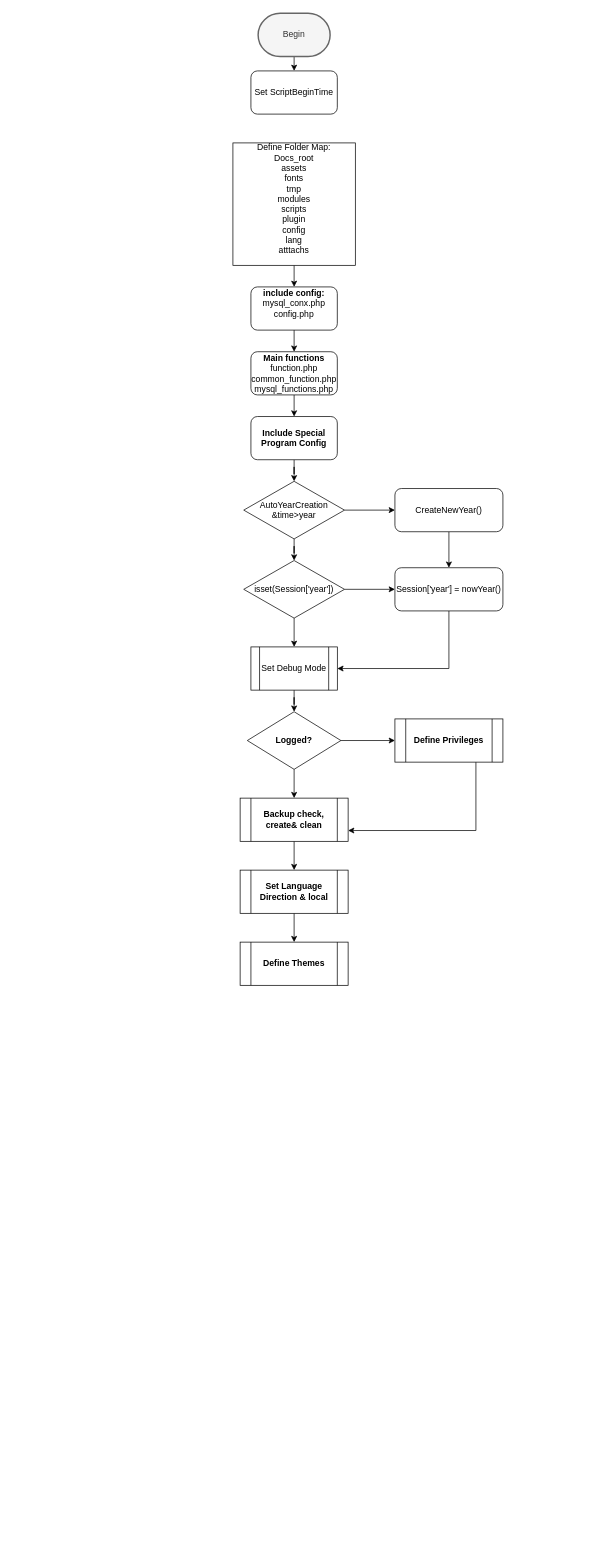
drpcwmt/csms keeps this draw.io diagram as Untitled Diagram.drawio. Above is the earlier version. Source tidied: cells renumbered, new cells numbered last; positions are measured from the earlier drawing's top-left corner, leaving out a move shared by most shapes. Both pictures are drawn from the tidied source at 72%, with x=0, y=0 at pixel (233, 13).
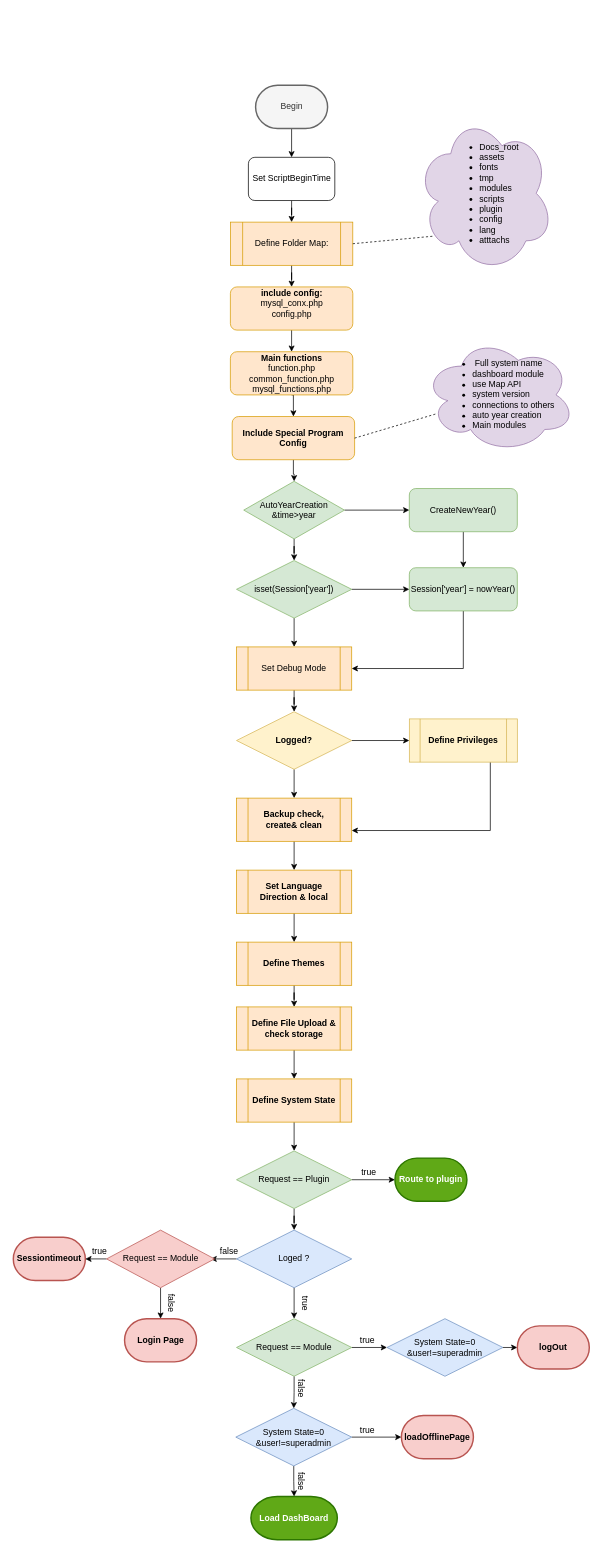
Above is the later version.

What changed in the source:
```diff
@@
     <mxCell id="3" value="Begin&lt;br&gt;" style="strokeWidth=2;html=1;shape=mxgraph.flowchart.terminator;whiteSpace=wrap;fillColor=#f5f5f5;strokeColor=#666666;fontColor=#333333;" parent="1" vertex="1">
-      <mxGeometry x="35" width="100" height="60" as="geometry" />
+      <mxGeometry x="31.5" y="100" width="100" height="60" as="geometry" />
     </mxCell>
+    <mxCell id="35" style="edgeStyle=orthogonalEdgeStyle;rounded=0;jettySize=auto;html=1;" parent="1" edge="1" source="4" target="45">
+      <mxGeometry relative="1" as="geometry" />
+    </mxCell>
     <mxCell id="4" value="Set ScriptBeginTime" style="rounded=1;whiteSpace=wrap;html=1;" parent="1" vertex="1">
-      <mxGeometry x="25" y="80" width="120" height="60" as="geometry" />
+      <mxGeometry x="21.5" y="200" width="120" height="60" as="geometry" />
     </mxCell>
-    <mxCell id="5" style="edgeStyle=orthogonalEdgeStyle;rounded=0;jettySize=auto;html=1;exitX=0.5;exitY=1;exitDx=0;exitDy=0;entryX=0.5;entryY=0;entryDx=0;entryDy=0;" parent="1" edge="1" source="6">
-      <mxGeometry relative="1" as="geometry">
-        <mxPoint x="85" y="380" as="targetPoint" />
-      </mxGeometry>
-    </mxCell>
-    <mxCell id="6" value="Define Folder Map:&lt;br&gt;Docs_root&lt;br&gt;assets&lt;br&gt;fonts&lt;br&gt;tmp&lt;br&gt;modules&lt;br&gt;scripts&lt;br&gt;plugin&lt;br&gt;config&lt;br&gt;lang&lt;br&gt;atttachs&lt;br&gt;&lt;br&gt;" style="whiteSpace=wrap;html=1;" parent="1" vertex="1">
-      <mxGeometry y="180" width="170" height="170" as="geometry" />
-    </mxCell>
@@
-    <mxCell id="8" value="&lt;b&gt;include config:&lt;/b&gt; mysql_conx.php&lt;br&gt;config.php&lt;br&gt;&lt;br&gt;" style="rounded=1;whiteSpace=wrap;html=1;" parent="1" vertex="1">
-      <mxGeometry x="25" y="380" width="120" height="60" as="geometry" />
+    <mxCell id="8" value="&lt;b&gt;include config:&lt;/b&gt; mysql_conx.php&lt;br&gt;config.php&lt;br&gt;&lt;br&gt;" style="rounded=1;whiteSpace=wrap;html=1;fillColor=#ffe6cc;strokeColor=#d79b00;" parent="1" vertex="1">
+      <mxGeometry x="-3.5" y="380" width="170" height="60" as="geometry" />
     </mxCell>
@@
-    <mxCell id="10" value="&lt;b&gt;Main functions&lt;/b&gt;&lt;br&gt;function.php&lt;br&gt;common_function.php&lt;br&gt;mysql_functions.php&lt;br&gt;" style="rounded=1;whiteSpace=wrap;html=1;" parent="1" vertex="1">
-      <mxGeometry x="25" y="470" width="120" height="60" as="geometry" />
+    <mxCell id="10" value="&lt;b&gt;Main functions&lt;/b&gt;&lt;br&gt;function.php&lt;br&gt;common_function.php&lt;br&gt;mysql_functions.php&lt;br&gt;" style="rounded=1;whiteSpace=wrap;html=1;fillColor=#ffe6cc;strokeColor=#d79b00;" parent="1" vertex="1">
+      <mxGeometry x="-3.5" y="470" width="170" height="60" as="geometry" />
     </mxCell>
@@
-    <mxCell id="12" value="&lt;b&gt;Include Special Program Config&lt;/b&gt;" style="rounded=1;whiteSpace=wrap;html=1;" parent="1" vertex="1">
-      <mxGeometry x="25" y="560" width="120" height="60" as="geometry" />
+    <mxCell id="12" value="&lt;b&gt;Include Special Program Config&lt;/b&gt;" style="rounded=1;whiteSpace=wrap;html=1;fillColor=#ffe6cc;strokeColor=#d79b00;" parent="1" vertex="1">
+      <mxGeometry x="-1" y="560" width="170" height="60" as="geometry" />
     </mxCell>
@@
-    <mxCell id="15" value="isset(Session['year'])&lt;br&gt;" style="rhombus;whiteSpace=wrap;html=1;" parent="1" vertex="1">
-      <mxGeometry x="15" y="760" width="140" height="80" as="geometry" />
+    <mxCell id="15" value="isset(Session['year'])&lt;br&gt;" style="rhombus;whiteSpace=wrap;html=1;fillColor=#d5e8d4;strokeColor=#82b366;" parent="1" vertex="1">
+      <mxGeometry x="5" y="760" width="160" height="80" as="geometry" />
     </mxCell>
@@
-    <mxCell id="17" value="Session['year'] = nowYear()" style="rounded=1;whiteSpace=wrap;html=1;" parent="1" vertex="1">
-      <mxGeometry x="225" y="770" width="150" height="60" as="geometry" />
+    <mxCell id="17" value="Session['year'] = nowYear()" style="rounded=1;whiteSpace=wrap;html=1;fillColor=#d5e8d4;strokeColor=#82b366;" parent="1" vertex="1">
+      <mxGeometry x="245" y="770" width="150" height="60" as="geometry" />
     </mxCell>
@@
-    <mxCell id="20" value="AutoYearCreation&lt;br&gt;&amp;amp;time&amp;gt;year&lt;br&gt;" style="rhombus;whiteSpace=wrap;html=1;" parent="1" vertex="1">
+    <mxCell id="20" value="AutoYearCreation&lt;br&gt;&amp;amp;time&amp;gt;year&lt;br&gt;" style="rhombus;whiteSpace=wrap;html=1;fillColor=#d5e8d4;strokeColor=#82b366;" parent="1" vertex="1">
       <mxGeometry x="15" y="650" width="140" height="80" as="geometry" />
     </mxCell>
@@
-    <mxCell id="22" value="CreateNewYear()" style="rounded=1;whiteSpace=wrap;html=1;" parent="1" vertex="1">
-      <mxGeometry x="225" y="660" width="150" height="60" as="geometry" />
+    <mxCell id="22" value="CreateNewYear()" style="rounded=1;whiteSpace=wrap;html=1;fillColor=#d5e8d4;strokeColor=#82b366;" parent="1" vertex="1">
+      <mxGeometry x="245" y="660" width="150" height="60" as="geometry" />
     </mxCell>
@@
-    <mxCell id="24" value="Set Debug Mode" style="shape=process;whiteSpace=wrap;html=1;backgroundOutline=1;" parent="1" vertex="1">
-      <mxGeometry x="25" y="880" width="120" height="60" as="geometry" />
+    <mxCell id="24" value="Set Debug Mode" style="shape=process;whiteSpace=wrap;html=1;backgroundOutline=1;fillColor=#ffe6cc;strokeColor=#d79b00;" parent="1" vertex="1">
+      <mxGeometry x="5" y="880" width="160" height="60" as="geometry" />
     </mxCell>
@@
-    <mxCell id="27" value="&lt;b&gt;Logged?&lt;/b&gt;" style="rhombus;whiteSpace=wrap;html=1;" parent="1" vertex="1">
-      <mxGeometry x="20" y="970" width="130" height="80" as="geometry" />
+    <mxCell id="27" value="&lt;b&gt;Logged?&lt;/b&gt;" style="rhombus;whiteSpace=wrap;html=1;fillColor=#fff2cc;strokeColor=#d6b656;" parent="1" vertex="1">
+      <mxGeometry x="5" y="970" width="160" height="80" as="geometry" />
     </mxCell>
@@
-    <mxCell id="29" value="&lt;b&gt;Define Privileges&lt;/b&gt;" style="shape=process;whiteSpace=wrap;html=1;backgroundOutline=1;" parent="1" vertex="1">
-      <mxGeometry x="225" y="980" width="150" height="60" as="geometry" />
+    <mxCell id="29" value="&lt;b&gt;Define Privileges&lt;/b&gt;" style="shape=process;whiteSpace=wrap;html=1;backgroundOutline=1;fillColor=#fff2cc;strokeColor=#d6b656;" parent="1" vertex="1">
+      <mxGeometry x="245" y="980" width="150" height="60" as="geometry" />
     </mxCell>
@@
-    <mxCell id="31" value="&lt;b&gt;Backup check, create&amp;amp; clean&lt;br&gt;&lt;/b&gt;" style="shape=process;whiteSpace=wrap;html=1;backgroundOutline=1;" parent="1" vertex="1">
-      <mxGeometry x="10" y="1090" width="150" height="60" as="geometry" />
+    <mxCell id="31" value="&lt;b&gt;Backup check, create&amp;amp; clean&lt;br&gt;&lt;/b&gt;" style="shape=process;whiteSpace=wrap;html=1;backgroundOutline=1;fillColor=#ffe6cc;strokeColor=#d79b00;" parent="1" vertex="1">
+      <mxGeometry x="5" y="1090" width="160" height="60" as="geometry" />
     </mxCell>
@@
-    <mxCell id="33" value="&lt;b&gt;Set Language Direction &amp;amp; local&lt;br&gt;&lt;/b&gt;" style="shape=process;whiteSpace=wrap;html=1;backgroundOutline=1;" parent="1" vertex="1">
-      <mxGeometry x="10" y="1190" width="150" height="60" as="geometry" />
+    <mxCell id="33" value="&lt;b&gt;Set Language Direction &amp;amp; local&lt;br&gt;&lt;/b&gt;" style="shape=process;whiteSpace=wrap;html=1;backgroundOutline=1;fillColor=#ffe6cc;strokeColor=#d79b00;" parent="1" vertex="1">
+      <mxGeometry x="5" y="1190" width="160" height="60" as="geometry" />
     </mxCell>
+    <mxCell id="36" style="edgeStyle=orthogonalEdgeStyle;rounded=0;jettySize=auto;html=1;" parent="1" edge="1" source="34" target="38">
+      <mxGeometry relative="1" as="geometry" />
+    </mxCell>
-    <mxCell id="34" value="&lt;b&gt;Define Themes&lt;br&gt;&lt;/b&gt;" style="shape=process;whiteSpace=wrap;html=1;backgroundOutline=1;" parent="1" vertex="1">
-      <mxGeometry x="10" y="1290" width="150" height="60" as="geometry" />
+    <mxCell id="34" value="&lt;b&gt;Define Themes&lt;br&gt;&lt;/b&gt;" style="shape=process;whiteSpace=wrap;html=1;backgroundOutline=1;fillColor=#ffe6cc;strokeColor=#d79b00;" parent="1" vertex="1">
+      <mxGeometry x="5" y="1290" width="160" height="60" as="geometry" />
     </mxCell>
+    <mxCell id="37" style="edgeStyle=orthogonalEdgeStyle;rounded=0;jettySize=auto;html=1;" parent="1" edge="1" source="38" target="40">
+      <mxGeometry relative="1" as="geometry" />
+    </mxCell>
+    <mxCell id="38" value="&lt;b&gt;Define File Upload &amp;amp; check storage&lt;br&gt;&lt;/b&gt;" style="shape=process;whiteSpace=wrap;html=1;backgroundOutline=1;fillColor=#ffe6cc;strokeColor=#d79b00;" parent="1" vertex="1">
+      <mxGeometry x="5" y="1380" width="160" height="60" as="geometry" />
+    </mxCell>
+    <mxCell id="39" style="edgeStyle=orthogonalEdgeStyle;rounded=0;jettySize=auto;html=1;exitX=0.5;exitY=1;exitDx=0;exitDy=0;entryX=0.5;entryY=0;entryDx=0;entryDy=0;" parent="1" edge="1" source="40" target="49">
+      <mxGeometry relative="1" as="geometry" />
+    </mxCell>
+    <mxCell id="40" value="&lt;b&gt;Define System State&lt;br&gt;&lt;/b&gt;" style="shape=process;whiteSpace=wrap;html=1;backgroundOutline=1;fillColor=#ffe6cc;strokeColor=#d79b00;" parent="1" vertex="1">
+      <mxGeometry x="5" y="1480" width="160" height="60" as="geometry" />
+    </mxCell>
+    <mxCell id="41" value="&lt;ul&gt;&lt;li style=&quot;text-align: left&quot;&gt;&amp;nbsp;Full system name&lt;/li&gt;&lt;li style=&quot;text-align: left&quot;&gt;dashboard module&lt;/li&gt;&lt;li style=&quot;text-align: left&quot;&gt;use Map API&lt;/li&gt;&lt;li style=&quot;text-align: left&quot;&gt;system version&lt;/li&gt;&lt;li style=&quot;text-align: left&quot;&gt;connections to others&lt;/li&gt;&lt;li style=&quot;text-align: left&quot;&gt;auto year creation&lt;/li&gt;&lt;li style=&quot;text-align: left&quot;&gt;Main modules&lt;/li&gt;&lt;/ul&gt;" style="ellipse;shape=cloud;whiteSpace=wrap;html=1;fillColor=#e1d5e7;strokeColor=#9673a6;" parent="1" vertex="1">
+      <mxGeometry x="265" y="450" width="210" height="160" as="geometry" />
+    </mxCell>
+    <mxCell id="42" style="endArrow=none;dashed=1;html=1;entryX=0.086;entryY=0.663;entryDx=0;entryDy=0;entryPerimeter=0;exitX=1;exitY=0.5;exitDx=0;exitDy=0;" parent="1" edge="1" source="12" target="41">
+      <mxGeometry relative="1" as="geometry" />
+    </mxCell>
+    <mxCell id="43" value="&lt;ul&gt;&lt;li style=&quot;text-align: left&quot;&gt;&lt;span&gt;Docs_root&lt;/span&gt;&lt;/li&gt;&lt;li style=&quot;text-align: left&quot;&gt;&lt;span&gt;assets&lt;/span&gt;&lt;/li&gt;&lt;li style=&quot;text-align: left&quot;&gt;&lt;span&gt;fonts&lt;/span&gt;&lt;/li&gt;&lt;li style=&quot;text-align: left&quot;&gt;&lt;span&gt;tmp&lt;/span&gt;&lt;/li&gt;&lt;li style=&quot;text-align: left&quot;&gt;&lt;span&gt;modules&lt;/span&gt;&lt;/li&gt;&lt;li style=&quot;text-align: left&quot;&gt;&lt;span&gt;scripts&lt;/span&gt;&lt;/li&gt;&lt;li style=&quot;text-align: left&quot;&gt;&lt;span&gt;plugin&lt;/span&gt;&lt;/li&gt;&lt;li style=&quot;text-align: left&quot;&gt;&lt;span&gt;config&lt;/span&gt;&lt;/li&gt;&lt;li style=&quot;text-align: left&quot;&gt;&lt;span&gt;lang&lt;/span&gt;&lt;/li&gt;&lt;li style=&quot;text-align: left&quot;&gt;&lt;span&gt;atttachs&lt;/span&gt;&lt;/li&gt;&lt;/ul&gt;" style="ellipse;shape=cloud;whiteSpace=wrap;html=1;fillColor=#e1d5e7;strokeColor=#9673a6;" parent="1" vertex="1">
+      <mxGeometry x="255" y="140" width="190" height="220" as="geometry" />
+    </mxCell>
+    <mxCell id="44" style="edgeStyle=orthogonalEdgeStyle;rounded=0;jettySize=auto;html=1;" parent="1" edge="1" source="45" target="8">
+      <mxGeometry relative="1" as="geometry" />
+    </mxCell>
+    <mxCell id="45" value="&lt;span&gt;Define Folder Map:&lt;/span&gt;&lt;br&gt;" style="shape=process;whiteSpace=wrap;html=1;backgroundOutline=1;fillColor=#ffe6cc;strokeColor=#d79b00;" parent="1" vertex="1">
+      <mxGeometry x="-3.5" y="290" width="170" height="60" as="geometry" />
+    </mxCell>
+    <mxCell id="46" style="endArrow=none;dashed=1;html=1;exitX=1;exitY=0.5;exitDx=0;exitDy=0;entryX=0.13;entryY=0.77;entryDx=0;entryDy=0;entryPerimeter=0;" parent="1" edge="1" source="45" target="43">
+      <mxGeometry relative="1" as="geometry" />
+    </mxCell>
+    <mxCell id="47" style="edgeStyle=orthogonalEdgeStyle;rounded=0;jettySize=auto;html=1;exitX=1;exitY=0.5;exitDx=0;exitDy=0;entryX=0;entryY=0.5;entryDx=0;entryDy=0;entryPerimeter=0;" parent="1" edge="1" source="49" target="58">
+      <mxGeometry relative="1" as="geometry" />
+    </mxCell>
+    <mxCell id="48" style="edgeStyle=orthogonalEdgeStyle;rounded=0;jettySize=auto;html=1;" parent="1" edge="1" source="49" target="52">
+      <mxGeometry relative="1" as="geometry" />
+    </mxCell>
+    <mxCell id="49" value="Request == Plugin" style="rhombus;whiteSpace=wrap;html=1;fillColor=#d5e8d4;strokeColor=#82b366;" parent="1" vertex="1">
+      <mxGeometry x="5" y="1580" width="160" height="80" as="geometry" />
+    </mxCell>
+    <mxCell id="50" style="edgeStyle=orthogonalEdgeStyle;rounded=0;jettySize=auto;html=1;exitX=0.5;exitY=1;exitDx=0;exitDy=0;entryX=0.5;entryY=0;entryDx=0;entryDy=0;" parent="1" edge="1" source="52" target="55">
+      <mxGeometry relative="1" as="geometry" />
+    </mxCell>
+    <mxCell id="51" style="edgeStyle=orthogonalEdgeStyle;rounded=0;jettySize=auto;html=1;exitX=0;exitY=0.5;exitDx=0;exitDy=0;entryX=0.963;entryY=0.5;entryDx=0;entryDy=0;entryPerimeter=0;" parent="1" edge="1" source="52" target="71">
+      <mxGeometry relative="1" as="geometry" />
+    </mxCell>
+    <mxCell id="52" value="Loged ?" style="rhombus;whiteSpace=wrap;html=1;fillColor=#dae8fc;strokeColor=#6c8ebf;" parent="1" vertex="1">
+      <mxGeometry x="5" y="1690" width="160" height="80" as="geometry" />
+    </mxCell>
+    <mxCell id="53" style="edgeStyle=orthogonalEdgeStyle;rounded=0;jettySize=auto;html=1;exitX=0.5;exitY=1;exitDx=0;exitDy=0;entryX=0.5;entryY=0;entryDx=0;entryDy=0;" parent="1" edge="1" source="55" target="64">
+      <mxGeometry relative="1" as="geometry" />
+    </mxCell>
+    <mxCell id="54" style="edgeStyle=orthogonalEdgeStyle;rounded=0;jettySize=auto;html=1;exitX=1;exitY=0.5;exitDx=0;exitDy=0;entryX=0;entryY=0.5;entryDx=0;entryDy=0;" parent="1" edge="1" source="55" target="57">
+      <mxGeometry relative="1" as="geometry" />
+    </mxCell>
+    <mxCell id="55" value="Request == Module&lt;br&gt;" style="rhombus;whiteSpace=wrap;html=1;fillColor=#d5e8d4;strokeColor=#82b366;" parent="1" vertex="1">
+      <mxGeometry x="5" y="1813" width="160" height="80" as="geometry" />
+    </mxCell>
+    <mxCell id="56" style="edgeStyle=orthogonalEdgeStyle;rounded=0;jettySize=auto;html=1;exitX=1;exitY=0.5;exitDx=0;exitDy=0;entryX=0;entryY=0.5;entryDx=0;entryDy=0;entryPerimeter=0;" parent="1" edge="1" source="57" target="61">
+      <mxGeometry relative="1" as="geometry" />
+    </mxCell>
+    <mxCell id="57" value="System State=0 &amp;amp;user!=superadmin&lt;br&gt;" style="rhombus;whiteSpace=wrap;html=1;fillColor=#dae8fc;strokeColor=#6c8ebf;" parent="1" vertex="1">
+      <mxGeometry x="214" y="1813" width="161" height="80" as="geometry" />
+    </mxCell>
+    <mxCell id="58" value="&lt;b&gt;Route to plugin&lt;/b&gt;" style="strokeWidth=2;html=1;shape=mxgraph.flowchart.terminator;whiteSpace=wrap;fillColor=#60a917;strokeColor=#2D7600;fontColor=#ffffff;" parent="1" vertex="1">
+      <mxGeometry x="225" y="1590" width="100" height="60" as="geometry" />
+    </mxCell>
+    <mxCell id="59" value="true&lt;br&gt;" style="text;html=1;strokeColor=none;fillColor=none;align=center;verticalAlign=middle;whiteSpace=wrap;rounded=0;" parent="1" vertex="1">
+      <mxGeometry x="169" y="1600" width="40" height="20" as="geometry" />
+    </mxCell>
+    <mxCell id="60" value="true&lt;br&gt;" style="text;html=1;strokeColor=none;fillColor=none;align=center;verticalAlign=middle;whiteSpace=wrap;rounded=0;" parent="1" vertex="1">
+      <mxGeometry x="166.5" y="1833" width="40" height="20" as="geometry" />
+    </mxCell>
+    <mxCell id="61" value="&lt;b&gt;logOut&lt;/b&gt;" style="strokeWidth=2;html=1;shape=mxgraph.flowchart.terminator;whiteSpace=wrap;fillColor=#f8cecc;strokeColor=#b85450;" parent="1" vertex="1">
+      <mxGeometry x="395" y="1823" width="100" height="60" as="geometry" />
+    </mxCell>
+    <mxCell id="62" style="edgeStyle=orthogonalEdgeStyle;rounded=0;jettySize=auto;html=1;exitX=1;exitY=0.5;exitDx=0;exitDy=0;entryX=0;entryY=0.5;entryDx=0;entryDy=0;entryPerimeter=0;" parent="1" edge="1" source="64" target="65">
+      <mxGeometry relative="1" as="geometry" />
+    </mxCell>
+    <mxCell id="63" style="edgeStyle=orthogonalEdgeStyle;rounded=0;jettySize=auto;html=1;exitX=0.5;exitY=1;exitDx=0;exitDy=0;entryX=0.5;entryY=0;entryDx=0;entryDy=0;entryPerimeter=0;" parent="1" edge="1" source="64" target="67">
+      <mxGeometry relative="1" as="geometry" />
+    </mxCell>
+    <mxCell id="64" value="System State=0 &amp;amp;user!=superadmin&lt;br&gt;" style="rhombus;whiteSpace=wrap;html=1;fillColor=#dae8fc;strokeColor=#6c8ebf;" parent="1" vertex="1">
+      <mxGeometry x="4" y="1937.5" width="161" height="80" as="geometry" />
+    </mxCell>
+    <mxCell id="65" value="&lt;b&gt;loadOfflinePage&lt;/b&gt;&lt;br&gt;" style="strokeWidth=2;html=1;shape=mxgraph.flowchart.terminator;whiteSpace=wrap;fillColor=#f8cecc;strokeColor=#b85450;" parent="1" vertex="1">
+      <mxGeometry x="234" y="1947.5" width="100" height="60" as="geometry" />
+    </mxCell>
+    <mxCell id="66" value="true&lt;br&gt;" style="text;html=1;strokeColor=none;fillColor=none;align=center;verticalAlign=middle;whiteSpace=wrap;rounded=0;rotation=90;" parent="1" vertex="1">
+      <mxGeometry x="81.5" y="1781.5" width="40" height="20" as="geometry" />
+    </mxCell>
+    <mxCell id="67" value="&lt;b&gt;Load DashBoard&lt;/b&gt;" style="strokeWidth=2;html=1;shape=mxgraph.flowchart.terminator;whiteSpace=wrap;fillColor=#60a917;strokeColor=#2D7600;fontColor=#ffffff;" parent="1" vertex="1">
+      <mxGeometry x="25" y="2060" width="120" height="60" as="geometry" />
+    </mxCell>
+    <mxCell id="68" value="false&lt;br&gt;" style="text;html=1;strokeColor=none;fillColor=none;align=center;verticalAlign=middle;whiteSpace=wrap;rounded=0;rotation=90;" parent="1" vertex="1">
+      <mxGeometry x="75" y="1900" width="40" height="20" as="geometry" />
+    </mxCell>
+    <mxCell id="69" style="edgeStyle=orthogonalEdgeStyle;rounded=0;jettySize=auto;html=1;exitX=0;exitY=0.5;exitDx=0;exitDy=0;entryX=1;entryY=0.5;entryDx=0;entryDy=0;entryPerimeter=0;" parent="1" edge="1" source="71" target="72">
+      <mxGeometry relative="1" as="geometry" />
+    </mxCell>
+    <mxCell id="70" style="edgeStyle=orthogonalEdgeStyle;rounded=0;jettySize=auto;html=1;exitX=0.5;exitY=1;exitDx=0;exitDy=0;entryX=0.5;entryY=0;entryDx=0;entryDy=0;entryPerimeter=0;" parent="1" edge="1" source="71" target="73">
+      <mxGeometry relative="1" as="geometry" />
+    </mxCell>
+    <mxCell id="71" value="Request == Module&lt;br&gt;" style="rhombus;whiteSpace=wrap;html=1;fillColor=#f8cecc;strokeColor=#b85450;" parent="1" vertex="1">
+      <mxGeometry x="-175.5" y="1690" width="150" height="80" as="geometry" />
+    </mxCell>
+    <mxCell id="72" value="&lt;b&gt;Sessiontimeout&lt;/b&gt;&lt;br&gt;" style="strokeWidth=2;html=1;shape=mxgraph.flowchart.terminator;whiteSpace=wrap;fillColor=#f8cecc;strokeColor=#b85450;" parent="1" vertex="1">
+      <mxGeometry x="-305" y="1700" width="100" height="60" as="geometry" />
+    </mxCell>
+    <mxCell id="73" value="&lt;b&gt;Login Page&lt;/b&gt;&lt;br&gt;" style="strokeWidth=2;html=1;shape=mxgraph.flowchart.terminator;whiteSpace=wrap;fillColor=#f8cecc;strokeColor=#b85450;" parent="1" vertex="1">
+      <mxGeometry x="-150.5" y="1813" width="100" height="60" as="geometry" />
+    </mxCell>
+    <mxCell id="74" value="false&lt;br&gt;" style="text;html=1;strokeColor=none;fillColor=none;align=center;verticalAlign=middle;whiteSpace=wrap;rounded=0;" parent="1" vertex="1">
+      <mxGeometry x="-25.5" y="1710" width="40" height="20" as="geometry" />
+    </mxCell>
+    <mxCell id="75" value="false&lt;br&gt;" style="text;html=1;strokeColor=none;fillColor=none;align=center;verticalAlign=middle;whiteSpace=wrap;rounded=0;rotation=90;" parent="1" vertex="1">
+      <mxGeometry x="-105" y="1781.5" width="40" height="20" as="geometry" />
+    </mxCell>
+    <mxCell id="76" value="true&lt;br&gt;" style="text;html=1;strokeColor=none;fillColor=none;align=center;verticalAlign=middle;whiteSpace=wrap;rounded=0;" parent="1" vertex="1">
+      <mxGeometry x="-205" y="1710" width="40" height="20" as="geometry" />
+    </mxCell>
+    <mxCell id="77" value="true&lt;br&gt;" style="text;html=1;strokeColor=none;fillColor=none;align=center;verticalAlign=middle;whiteSpace=wrap;rounded=0;" parent="1" vertex="1">
+      <mxGeometry x="166.5" y="1957.5" width="40" height="20" as="geometry" />
+    </mxCell>
+    <mxCell id="78" value="false&lt;br&gt;" style="text;html=1;strokeColor=none;fillColor=none;align=center;verticalAlign=middle;whiteSpace=wrap;rounded=0;rotation=90;" parent="1" vertex="1">
+      <mxGeometry x="75" y="2029" width="40" height="20" as="geometry" />
+    </mxCell>
```
